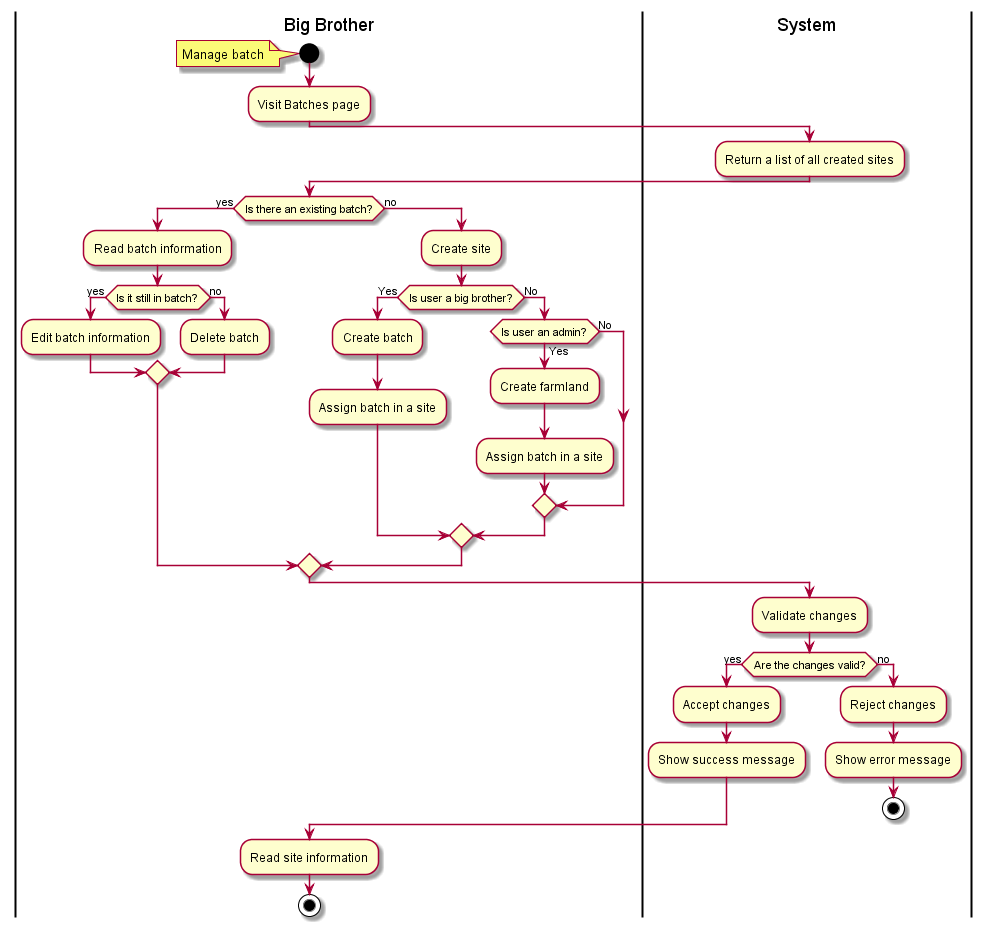
This is out/plantuml/proposed/activity/manage-batch/manage-batch.png from radical-doubting/anikultura-diagrams, a PlantUML export, as it was before one commit.
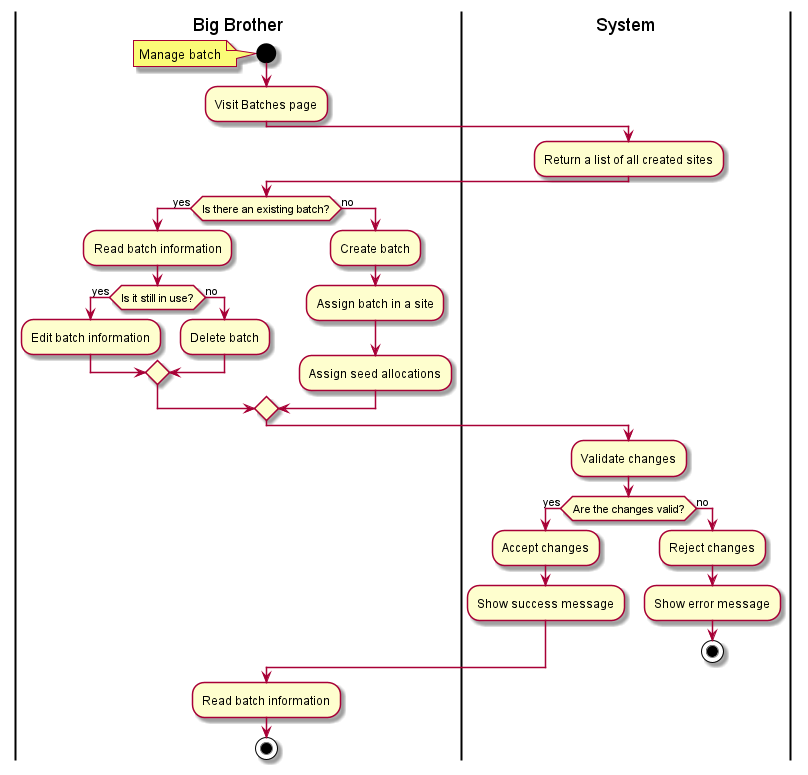
Above is the later version.

The edit, as a diff of the source:
```diff
@@ -12,24 +12,15 @@
 
 if (Is there an existing batch?) then (yes)
     :Read batch information;
-    if (Is it still in batch?) then (yes)
+    if (Is it still in use?) then (yes)
         :Edit batch information;
     else (no)
         :Delete batch;
     endif
 else (no)
-    :Create site;
-
-     if (Is user a big brother?) then (Yes)
-        :Create batch;
-        :Assign batch in a site;
-    else (No)
-        if (Is user an admin?) then (Yes)
-            :Create farmland;
-            :Assign batch in a site;
-        else (No)
-        endif
-    endif
+    :Create batch;
+    :Assign batch in a site;
+    :Assign seed allocations;
 endif
 
 |System|
@@ -44,7 +35,7 @@
 endif
 
 |Big Brother|
-:Read site information;
+:Read batch information;
 
 stop
 
```
